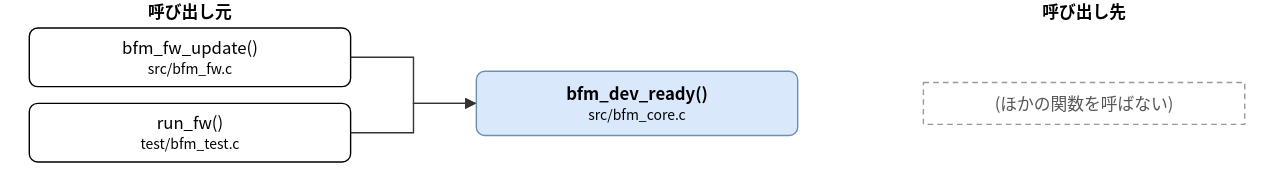
Before: doc/spec/images/call_src_bfm_core-bfm_dev_ready.drawio.svg, a diagram exported from draw.io (hf355051012-ai/bfmem). Source tidied: cells renumbered, new cells last; positions are measured from the earlier drawing's top-left corner, leaving out a move shared by most shapes.
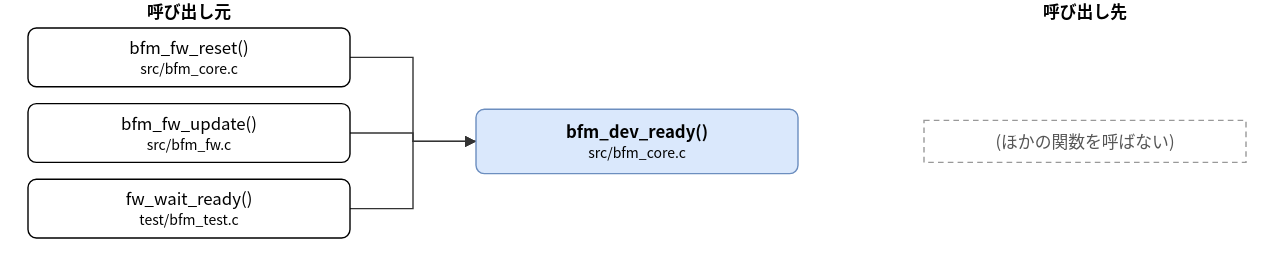
The same file after the commit.

The edit, as a diff of the source:
```diff
@@ -3,22 +3,25 @@
     <mxCell id="0" />
     <mxCell id="1" parent="0" />
     <mxCell id="2" value="bfm_dev_ready()&lt;br&gt;&lt;font style=&quot;font-size:10px&quot;&gt;src/bfm_core.c&lt;/font&gt;" style="rounded=1;whiteSpace=wrap;html=1;fillColor=#dae8fc;strokeColor=#6c8ebf;fontStyle=1;" parent="1" vertex="1">
-      <mxGeometry x="320" y="51" width="230" height="46" as="geometry" />
+      <mxGeometry x="320" y="78" width="230" height="46" as="geometry" />
     </mxCell>
-    <mxCell id="3" value="bfm_fw_update()&lt;br&gt;&lt;font style=&quot;font-size:10px&quot;&gt;src/bfm_fw.c&lt;/font&gt;" style="rounded=1;whiteSpace=wrap;html=1;" parent="1" vertex="1">
+    <mxCell id="3" value="bfm_fw_reset()&lt;br&gt;&lt;font style=&quot;font-size:10px&quot;&gt;src/bfm_core.c&lt;/font&gt;" style="rounded=1;whiteSpace=wrap;html=1;" parent="1" vertex="1">
       <mxGeometry y="20" width="230" height="42" as="geometry" />
     </mxCell>
-    <mxCell id="4" value="run_fw()&lt;br&gt;&lt;font style=&quot;font-size:10px&quot;&gt;test/bfm_test.c&lt;/font&gt;" style="rounded=1;whiteSpace=wrap;html=1;" parent="1" vertex="1">
+    <mxCell id="4" value="bfm_fw_update()&lt;br&gt;&lt;font style=&quot;font-size:10px&quot;&gt;src/bfm_fw.c&lt;/font&gt;" style="rounded=1;whiteSpace=wrap;html=1;" parent="1" vertex="1">
       <mxGeometry y="74" width="230" height="42" as="geometry" />
     </mxCell>
+    <mxCell id="10" value="fw_wait_ready()&lt;br&gt;&lt;font style=&quot;font-size:10px&quot;&gt;test/bfm_test.c&lt;/font&gt;" style="rounded=1;whiteSpace=wrap;html=1;" parent="1" vertex="1">
+      <mxGeometry y="128" width="230" height="42" as="geometry" />
+    </mxCell>
     <mxCell id="5" value="(ほかの関数を呼ばない)" style="rounded=0;whiteSpace=wrap;html=1;dashed=1;strokeColor=#999999;fontColor=#555555;dashed=1;" parent="1" vertex="1">
-      <mxGeometry x="640" y="59" width="230" height="30" as="geometry" />
+      <mxGeometry x="640" y="86" width="230" height="30" as="geometry" />
     </mxCell>
     <mxCell id="6" style="edgeStyle=none;html=1;rounded=0;endArrow=block;endFill=1;exitX=1.0000;exitY=0.5000;exitDx=0;exitDy=0;exitPerimeter=0;entryX=0.0000;entryY=0.5000;entryDx=0;entryDy=0;entryPerimeter=0;" parent="1" edge="1" source="3" target="2">
       <mxGeometry relative="1" as="geometry">
         <Array as="points">
           <mxPoint x="275" y="41" />
-          <mxPoint x="275" y="74" />
+          <mxPoint x="275" y="101" />
         </Array>
       </mxGeometry>
     </mxCell>
@@ -26,10 +29,18 @@
       <mxGeometry relative="1" as="geometry">
         <Array as="points">
           <mxPoint x="275" y="95" />
-          <mxPoint x="275" y="74" />
+          <mxPoint x="275" y="101" />
         </Array>
       </mxGeometry>
     </mxCell>
+    <mxCell id="11" style="edgeStyle=none;html=1;rounded=0;endArrow=block;endFill=1;exitX=1.0000;exitY=0.5000;exitDx=0;exitDy=0;exitPerimeter=0;entryX=0.0000;entryY=0.5000;entryDx=0;entryDy=0;entryPerimeter=0;" parent="1" edge="1" source="10" target="2">
+      <mxGeometry relative="1" as="geometry">
+        <Array as="points">
+          <mxPoint x="275" y="149" />
+          <mxPoint x="275" y="101" />
+        </Array>
+      </mxGeometry>
+    </mxCell>
     <mxCell id="8" value="呼び出し元" style="text;html=1;align=center;fontStyle=1;" parent="1" vertex="1">
       <mxGeometry x="35" width="160" height="18" as="geometry" />
     </mxCell>
```
